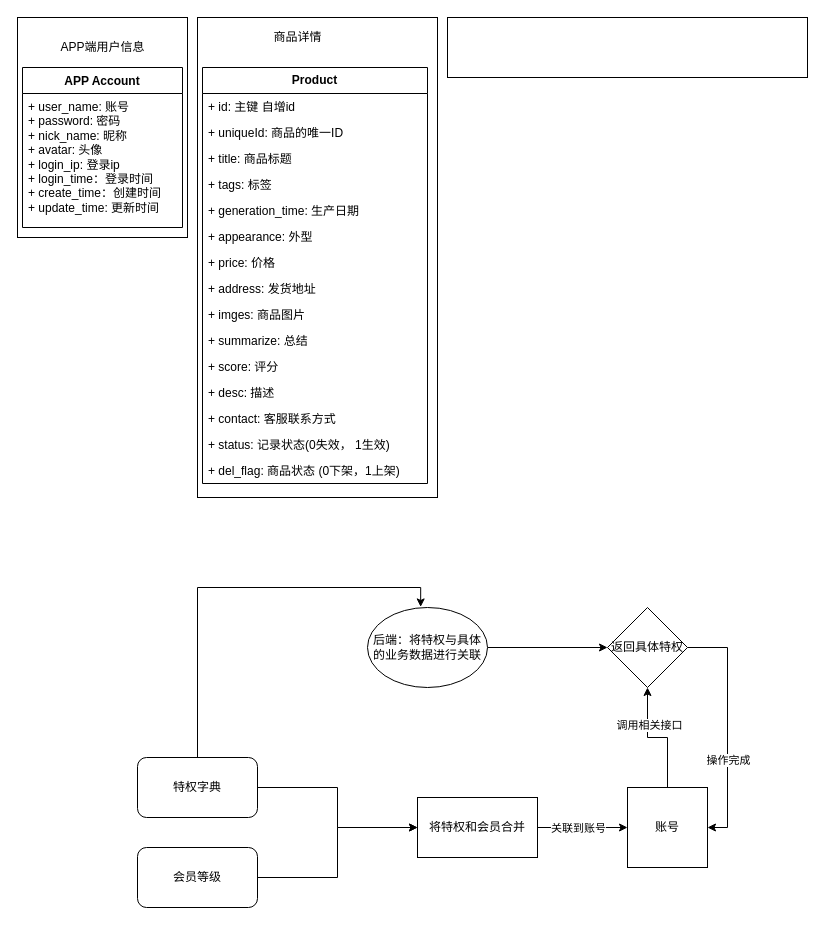
The draw.io diagram 未命名绘图.drawio in yeardlry/uml, before the edit. Source tidied: cells renumbered, new cells numbered last; positions are measured from the earlier drawing's top-left corner, leaving out a move shared by most shapes. Both pictures are drawn from the tidied source at 100%, with x=0, y=0 at pixel (17, 17).
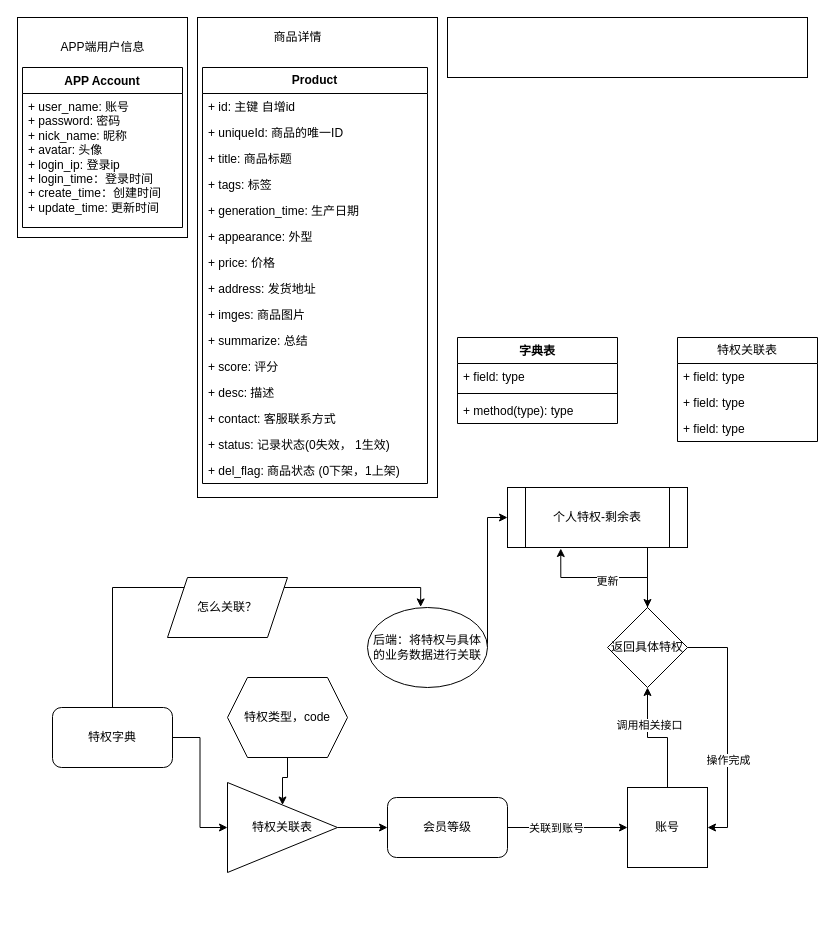
After the change.

Commit message:
更新未命名绘图.drawio

The change refers to these unchanged cells:
```xml
<mxCell id="33" value="后端：将特权与具体的业务数据进行关联" style="ellipse;whiteSpace=wrap;html=1;" parent="1" vertex="1">
  <mxGeometry x="350" y="590" width="120" height="80" as="geometry" />
</mxCell>
<mxCell id="37" value="账号" style="whiteSpace=wrap;html=1;" parent="1" vertex="1">
  <mxGeometry x="610" y="770" width="80" height="80" as="geometry" />
</mxCell>
<mxCell id="40" value="返回具体特权" style="rhombus;whiteSpace=wrap;html=1;" parent="1" vertex="1">
  <mxGeometry x="590" y="590" width="80" height="80" as="geometry" />
</mxCell>
```

Change to the diagram source:
```diff
@@
-    <mxCell id="25" style="edgeStyle=orthogonalEdgeStyle;rounded=0;jettySize=auto;html=1;exitX=1;exitY=0.5;exitDx=0;exitDy=0;" parent="1" edge="1" source="26" target="29">
-      <mxGeometry relative="1" as="geometry" />
-    </mxCell>
+    <mxCell id="41" style="edgeStyle=orthogonalEdgeStyle;rounded=0;jettySize=auto;html=1;entryX=0;entryY=0.5;entryDx=0;entryDy=0;" parent="1" edge="1" source="26" target="53">
+      <mxGeometry relative="1" as="geometry" />
+    </mxCell>
     <mxCell id="26" value="特权字典" style="rounded=1;whiteSpace=wrap;html=1;" parent="1" vertex="1">
-      <mxGeometry x="120" y="740" width="120" height="60" as="geometry" />
+      <mxGeometry x="35" y="690" width="120" height="60" as="geometry" />
     </mxCell>
-    <mxCell id="27" style="edgeStyle=orthogonalEdgeStyle;rounded=0;jettySize=auto;html=1;entryX=0;entryY=0.5;entryDx=0;entryDy=0;" parent="1" edge="1" source="29" target="37">
+    <mxCell id="27" style="edgeStyle=orthogonalEdgeStyle;rounded=0;jettySize=auto;html=1;entryX=0;entryY=0.5;entryDx=0;entryDy=0;" parent="1" edge="1" source="31" target="37">
       <mxGeometry relative="1" as="geometry" />
     </mxCell>
@@
-    <mxCell id="29" value="将特权和会员合并" style="rounded=0;whiteSpace=wrap;html=1;" parent="1" vertex="1">
-      <mxGeometry x="400" y="780" width="120" height="60" as="geometry" />
-    </mxCell>
-    <mxCell id="30" style="edgeStyle=orthogonalEdgeStyle;rounded=0;jettySize=auto;html=1;entryX=0;entryY=0.5;entryDx=0;entryDy=0;" parent="1" edge="1" source="31" target="29">
-      <mxGeometry relative="1" as="geometry" />
-    </mxCell>
     <mxCell id="31" value="会员等级" style="rounded=1;whiteSpace=wrap;html=1;" parent="1" vertex="1">
-      <mxGeometry x="120" y="830" width="120" height="60" as="geometry" />
+      <mxGeometry x="370" y="780" width="120" height="60" as="geometry" />
     </mxCell>
-    <mxCell id="32" style="edgeStyle=orthogonalEdgeStyle;rounded=0;jettySize=auto;html=1;" parent="1" edge="1" source="33" target="40">
-      <mxGeometry relative="1" as="geometry" />
-    </mxCell>
+    <mxCell id="42" style="edgeStyle=orthogonalEdgeStyle;rounded=0;jettySize=auto;html=1;entryX=0;entryY=0.5;entryDx=0;entryDy=0;" parent="1" edge="1" source="33" target="57">
+      <mxGeometry relative="1" as="geometry">
+        <Array as="points">
+          <mxPoint x="470" y="500" />
+        </Array>
+      </mxGeometry>
+    </mxCell>
@@
+    <mxCell id="43" value="怎么关联？" style="shape=parallelogram;perimeter=parallelogramPerimeter;whiteSpace=wrap;html=1;fixedSize=1;" parent="1" vertex="1">
+      <mxGeometry x="150" y="560" width="120" height="60" as="geometry" />
+    </mxCell>
+    <mxCell id="44" value="特权关联表" style="swimlane;fontStyle=0;horizontal=1;startSize=26;fillColor=none;whiteSpace=wrap;html=1;" parent="1" vertex="1">
+      <mxGeometry x="660" y="320" width="140" height="104" as="geometry" />
+    </mxCell>
+    <mxCell id="45" value="+ field: type" style="text;strokeColor=none;fillColor=none;align=left;verticalAlign=top;spacingLeft=4;spacingRight=4;overflow=hidden;whiteSpace=wrap;html=1;" parent="44" vertex="1">
+      <mxGeometry y="26" width="140" height="26" as="geometry" />
+    </mxCell>
+    <mxCell id="46" value="+ field: type" style="text;strokeColor=none;fillColor=none;align=left;verticalAlign=top;spacingLeft=4;spacingRight=4;overflow=hidden;whiteSpace=wrap;html=1;" parent="44" vertex="1">
+      <mxGeometry y="52" width="140" height="26" as="geometry" />
+    </mxCell>
+    <mxCell id="47" value="+ field: type" style="text;strokeColor=none;fillColor=none;align=left;verticalAlign=top;spacingLeft=4;spacingRight=4;overflow=hidden;whiteSpace=wrap;html=1;" parent="44" vertex="1">
+      <mxGeometry y="78" width="140" height="26" as="geometry" />
+    </mxCell>
+    <mxCell id="48" value="字典表" style="swimlane;fontStyle=1;align=center;verticalAlign=top;horizontal=1;startSize=26;whiteSpace=wrap;html=1;" parent="1" vertex="1">
+      <mxGeometry x="440" y="320" width="160" height="86" as="geometry" />
+    </mxCell>
+    <mxCell id="49" value="+ field: type" style="text;strokeColor=none;fillColor=none;align=left;verticalAlign=top;spacingLeft=4;spacingRight=4;overflow=hidden;whiteSpace=wrap;html=1;" parent="48" vertex="1">
+      <mxGeometry y="26" width="160" height="26" as="geometry" />
+    </mxCell>
+    <mxCell id="50" style="line;strokeWidth=1;fillColor=none;align=left;verticalAlign=middle;spacingTop=-1;spacingLeft=3;spacingRight=3;labelPosition=right;strokeColor=inherit;" parent="48" vertex="1">
+      <mxGeometry y="52" width="160" height="8" as="geometry" />
+    </mxCell>
+    <mxCell id="51" value="+ method(type): type" style="text;strokeColor=none;fillColor=none;align=left;verticalAlign=top;spacingLeft=4;spacingRight=4;overflow=hidden;whiteSpace=wrap;html=1;" parent="48" vertex="1">
+      <mxGeometry y="60" width="160" height="26" as="geometry" />
+    </mxCell>
+    <mxCell id="52" style="edgeStyle=orthogonalEdgeStyle;rounded=0;jettySize=auto;html=1;entryX=0;entryY=0.5;entryDx=0;entryDy=0;" parent="1" edge="1" source="53" target="31">
+      <mxGeometry relative="1" as="geometry" />
+    </mxCell>
+    <mxCell id="53" value="特权关联表" style="triangle;whiteSpace=wrap;html=1;" parent="1" vertex="1">
+      <mxGeometry x="210" y="765" width="110" height="90" as="geometry" />
+    </mxCell>
+    <mxCell id="54" style="edgeStyle=orthogonalEdgeStyle;rounded=0;jettySize=auto;html=1;entryX=0.5;entryY=0;entryDx=0;entryDy=0;" parent="1" edge="1" source="55" target="53">
+      <mxGeometry relative="1" as="geometry" />
+    </mxCell>
+    <mxCell id="55" value="特权类型，code" style="shape=hexagon;perimeter=hexagonPerimeter2;whiteSpace=wrap;html=1;fixedSize=1;" parent="1" vertex="1">
+      <mxGeometry x="210" y="660" width="120" height="80" as="geometry" />
+    </mxCell>
+    <mxCell id="56" style="edgeStyle=orthogonalEdgeStyle;rounded=0;jettySize=auto;html=1;entryX=0.5;entryY=0;entryDx=0;entryDy=0;" parent="1" edge="1" source="57" target="40">
+      <mxGeometry relative="1" as="geometry">
+        <Array as="points">
+          <mxPoint x="630" y="560" />
+          <mxPoint x="630" y="560" />
+        </Array>
+      </mxGeometry>
+    </mxCell>
+    <mxCell id="57" value="个人特权-剩余表" style="shape=process;whiteSpace=wrap;html=1;backgroundOutline=1;" parent="1" vertex="1">
+      <mxGeometry x="490" y="470" width="180" height="60" as="geometry" />
+    </mxCell>
+    <mxCell id="58" style="edgeStyle=orthogonalEdgeStyle;rounded=0;jettySize=auto;html=1;entryX=0.296;entryY=1.017;entryDx=0;entryDy=0;entryPerimeter=0;" parent="1" edge="1" source="40" target="57">
+      <mxGeometry relative="1" as="geometry" />
+    </mxCell>
+    <mxCell id="59" value="更新" style="edgeLabel;html=1;align=center;verticalAlign=middle;" parent="58" vertex="1">
+      <mxGeometry x="-0.03" y="3" relative="1" as="geometry" />
+    </mxCell>
```
